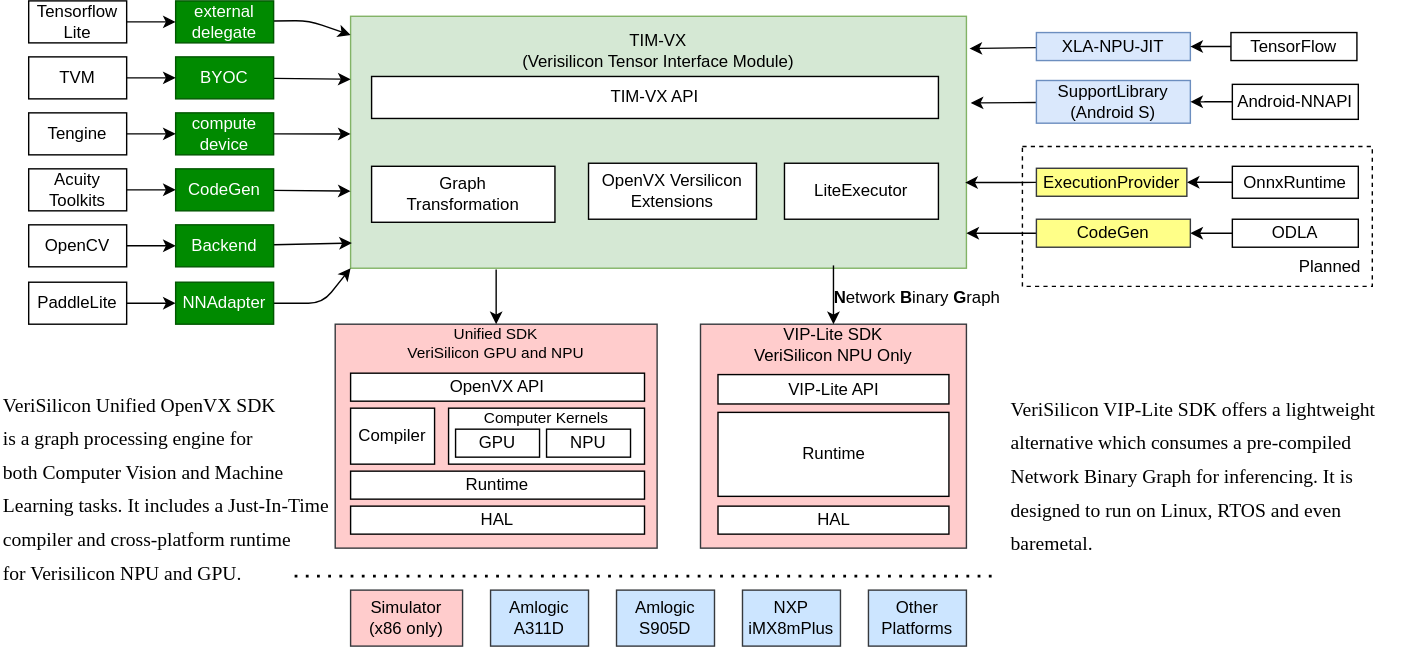
Above: docs/image/timvx_overview.svg in VeriSilicon/TIM-VX (draw.io), before the change. Source tidied: cells renumbered, new cells last; positions are measured from the earlier drawing's top-left corner, leaving out a move shared by most shapes.
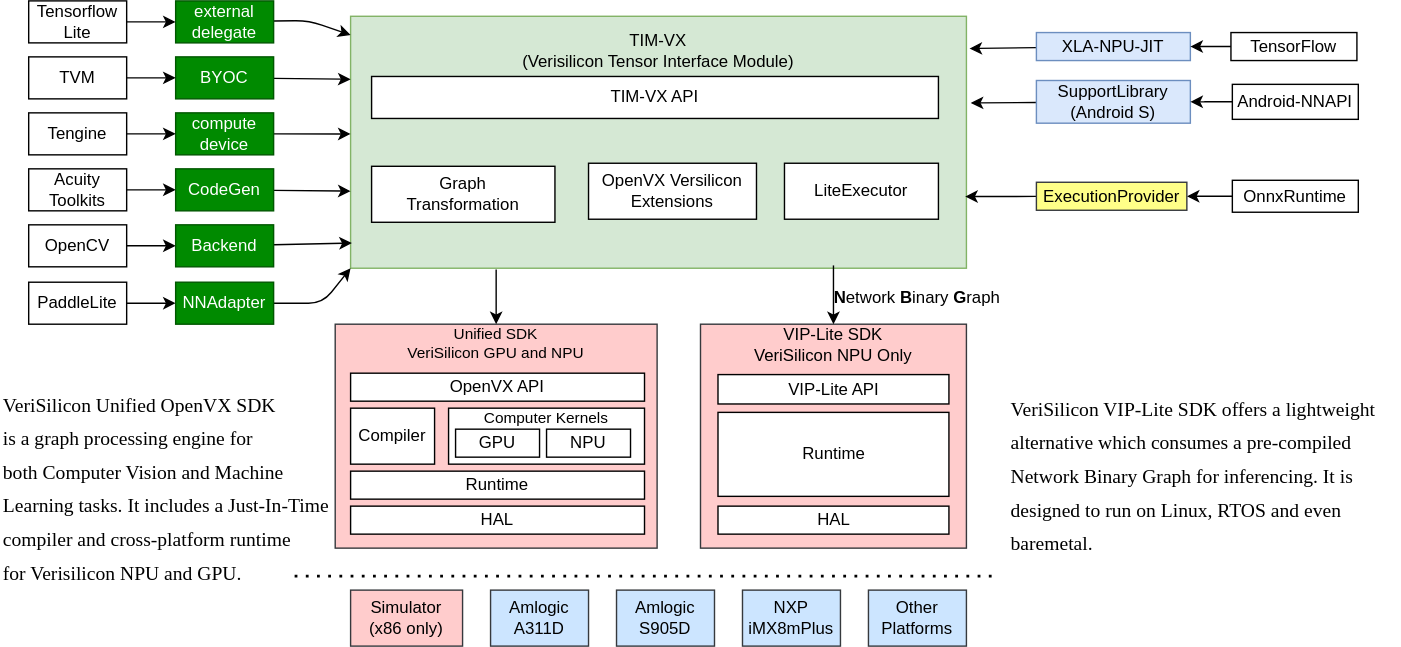
The same file after the commit.

Change to the diagram source:
```diff
@@ -2,9 +2,6 @@
   <root>
     <mxCell id="0" />
     <mxCell id="1" parent="0" />
-    <mxCell id="2" style="rounded=0;whiteSpace=wrap;html=1;strokeColor=#000000;fontColor=#000000;dashed=1;" parent="1" vertex="1">
-      <mxGeometry x="730" y="104" width="250" height="100" as="geometry" />
-    </mxCell>
     <mxCell id="3" value="Unified SDK&lt;br style=&quot;font-size: 11px&quot;&gt;VeriSilicon GPU and NPU&lt;br&gt;&lt;br&gt;&lt;br&gt;&lt;br&gt;&lt;br&gt;&lt;br&gt;&lt;br style=&quot;font-size: 11px&quot;&gt;&lt;br style=&quot;font-size: 11px&quot;&gt;&lt;br style=&quot;font-size: 11px&quot;&gt;&lt;br style=&quot;font-size: 11px&quot;&gt;&lt;br style=&quot;font-size: 11px&quot;&gt;" style="rounded=0;whiteSpace=wrap;html=1;fillColor=#ffcccc;fontSize=11;strokeColor=#36393d;" parent="1" vertex="1">
       <mxGeometry x="239" y="231" width="230" height="160" as="geometry" />
     </mxCell>
@@ -157,29 +154,16 @@
     <mxCell id="49" style="edgeStyle=orthogonalEdgeStyle;rounded=0;jettySize=auto;html=1;fontColor=#000000;" parent="1" edge="1" source="57" target="51">
       <mxGeometry relative="1" as="geometry" />
     </mxCell>
-    <mxCell id="50" style="edgeStyle=none;html=1;entryX=0.998;entryY=0.66;entryDx=0;entryDy=0;entryPerimeter=0;" parent="1" edge="1" source="51" target="5">
-      <mxGeometry relative="1" as="geometry" />
+    <mxCell id="50" style="edgeStyle=none;html=1;entryX=0.998;entryY=0.66;entryDx=0;entryDy=0;entryPerimeter=0;" parent="1" edge="1" source="51">
+      <mxGeometry relative="1" as="geometry">
+        <mxPoint x="689.1" y="139.8" as="targetPoint" />
+      </mxGeometry>
     </mxCell>
     <mxCell id="51" value="ExecutionProvider" style="whiteSpace=wrap;html=1;rounded=0;fillColor=#ffff88;strokeColor=#36393d;" parent="1" vertex="1">
-      <mxGeometry x="740" y="119.6" width="107.5" height="20" as="geometry" />
+      <mxGeometry x="740" y="129.6" width="107.5" height="20" as="geometry" />
     </mxCell>
-    <mxCell id="52" style="edgeStyle=orthogonalEdgeStyle;rounded=0;jettySize=auto;html=1;entryX=1;entryY=0.5;entryDx=0;entryDy=0;fontColor=#000000;" parent="1" edge="1" source="53" target="55">
-      <mxGeometry relative="1" as="geometry" />
-    </mxCell>
-    <mxCell id="53" value="ODLA" style="rounded=0;whiteSpace=wrap;html=1;strokeColor=#000000;fontColor=#000000;" parent="1" vertex="1">
-      <mxGeometry x="880" y="156" width="90" height="20" as="geometry" />
-    </mxCell>
-    <mxCell id="54" style="edgeStyle=orthogonalEdgeStyle;rounded=0;jettySize=auto;html=1;entryX=1;entryY=0.861;entryDx=0;entryDy=0;entryPerimeter=0;fontColor=#000000;" parent="1" edge="1" source="55" target="5">
-      <mxGeometry relative="1" as="geometry" />
-    </mxCell>
-    <mxCell id="55" value="CodeGen" style="rounded=0;whiteSpace=wrap;html=1;strokeColor=#36393d;fillColor=#ffff88;" parent="1" vertex="1">
-      <mxGeometry x="740" y="156" width="110" height="20" as="geometry" />
-    </mxCell>
-    <mxCell id="56" value="Planned" style="text;html=1;fillColor=none;align=center;verticalAlign=middle;whiteSpace=wrap;rounded=0;fontColor=#000000;dashed=1;" parent="1" vertex="1">
-      <mxGeometry x="905" y="169" width="90" height="42" as="geometry" />
-    </mxCell>
     <mxCell id="57" value="OnnxRuntime" style="rounded=0;whiteSpace=wrap;html=1;strokeColor=#000000;" parent="1" vertex="1">
-      <mxGeometry x="880" y="118.2" width="90" height="22.8" as="geometry" />
+      <mxGeometry x="880" y="128.2" width="90" height="22.8" as="geometry" />
     </mxCell>
     <mxCell id="58" style="edgeStyle=none;html=1;entryX=0;entryY=0.694;entryDx=0;entryDy=0;entryPerimeter=0;" parent="1" edge="1" source="59" target="5">
       <mxGeometry relative="1" as="geometry" />
```
